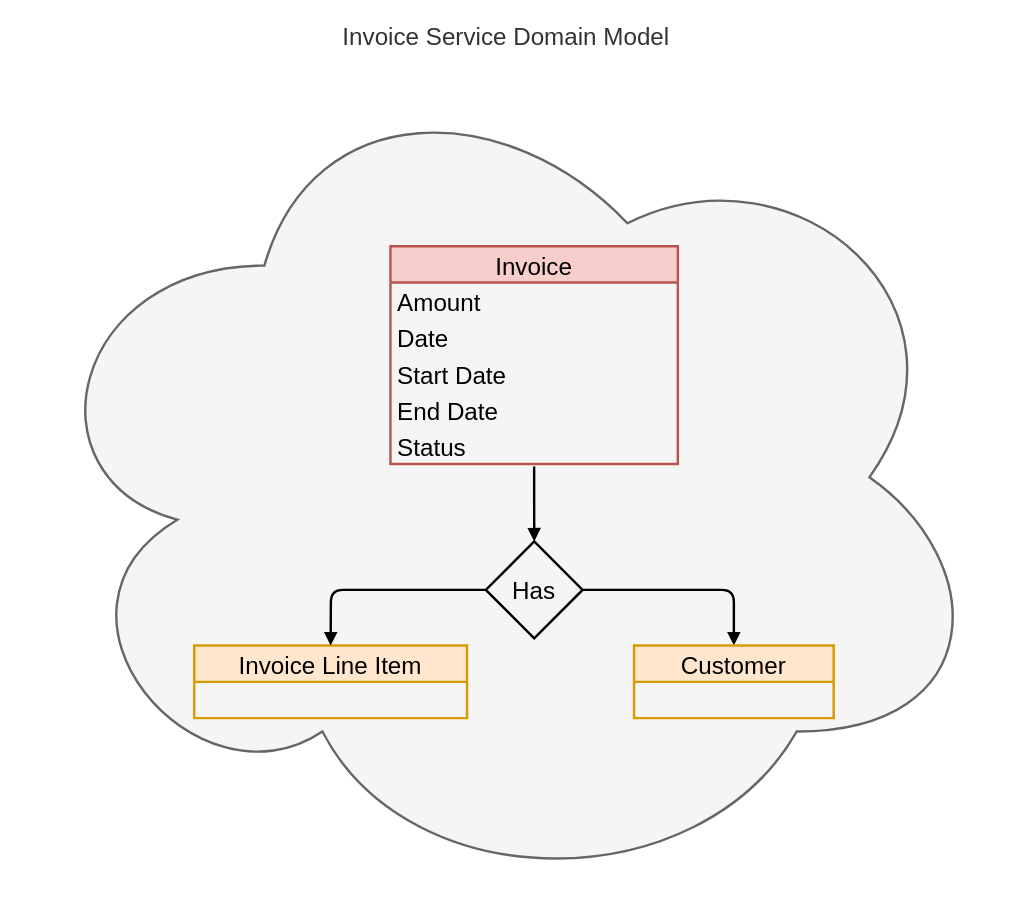
This is docs/diagram/invoice_service_domain_model.drawio from dudhwalas/dudhwala, a draw.io file, before an edit. Source tidied: cells renumbered, new cells numbered last; positions are measured from the earlier drawing's top-left corner, leaving out a move shared by most shapes. Both pictures are drawn from the tidied source at 121%, with x=0, y=0 at pixel (22, 53).
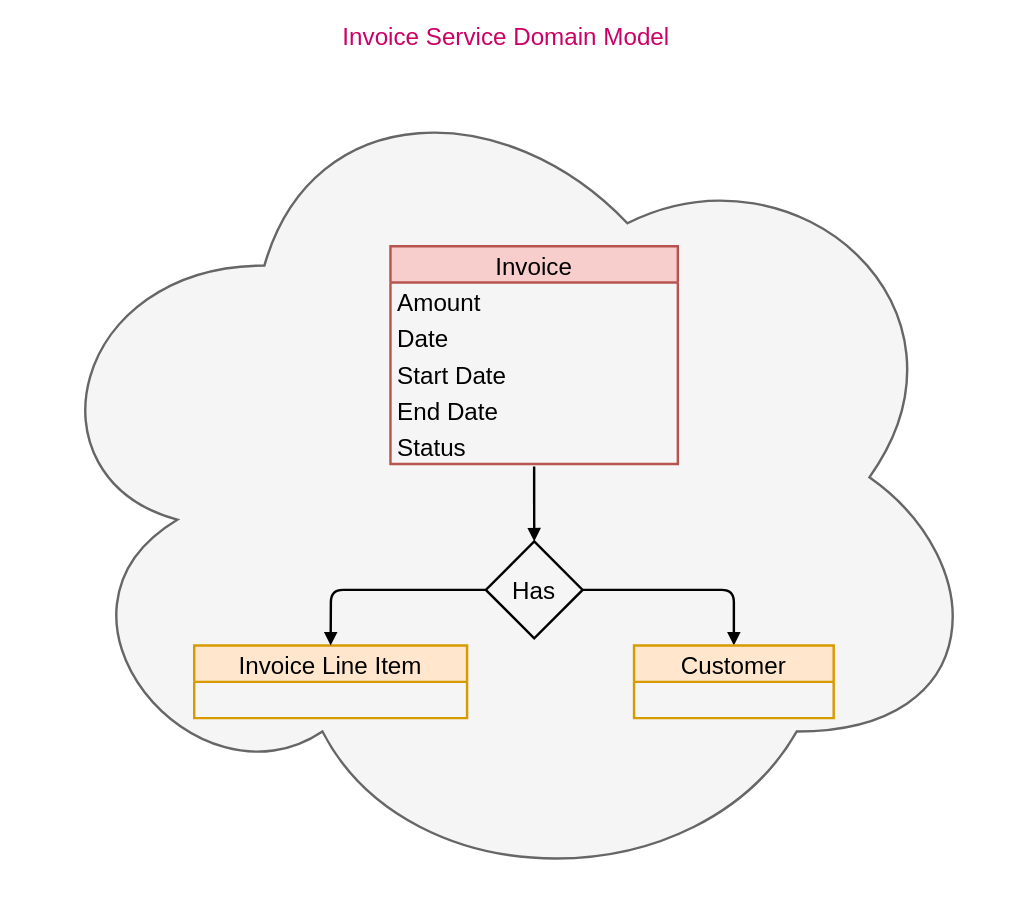
The same diagram, later.

The edit, as a diff of the source:
```diff
@@
 <mxGraphModel>
   <root>
     <mxCell id="0" />
     <mxCell id="1" parent="0" />
-    <mxCell id="2" value="Invoice Service Domain Model" style="ellipse;shape=cloud;whiteSpace=wrap;html=1;fillColor=#f5f5f5;fontColor=#333333;strokeColor=#666666;strokeWidth=2;labelPosition=center;verticalLabelPosition=top;align=center;verticalAlign=bottom;fontSize=20;" parent="1" vertex="1">
+    <mxCell id="2" value="Invoice Service Domain Model" style="ellipse;shape=cloud;whiteSpace=wrap;html=1;fillColor=#f5f5f5;fontColor=#CC0066;strokeColor=#666666;strokeWidth=2;labelPosition=center;verticalLabelPosition=top;align=center;verticalAlign=bottom;fontSize=20;" parent="1" vertex="1">
       <mxGeometry width="800" height="700" as="geometry" />
     </mxCell>
     <mxCell id="3" value="Invoice" style="swimlane;fontStyle=0;horizontal=1;startSize=30;fillColor=#f8cecc;strokeColor=#b85450;fontSize=20;strokeWidth=2;" parent="1" vertex="1">
       <mxGeometry x="304.2" y="159" width="237.5" height="180" as="geometry" />
     </mxCell>
     <mxCell id="4" value="Amount" style="text;strokeColor=none;fillColor=none;align=left;verticalAlign=middle;spacingLeft=4;spacingRight=4;overflow=hidden;fontSize=20;strokeWidth=2;" parent="3" vertex="1">
       <mxGeometry y="30" width="237.5" height="30" as="geometry" />
     </mxCell>
     <mxCell id="5" value="Date" style="text;strokeColor=none;fillColor=none;align=left;verticalAlign=middle;spacingLeft=4;spacingRight=4;overflow=hidden;fontSize=20;strokeWidth=2;" parent="3" vertex="1">
       <mxGeometry y="60" width="237.5" height="30" as="geometry" />
     </mxCell>
     <mxCell id="6" value="Start Date" style="text;strokeColor=none;fillColor=none;align=left;verticalAlign=middle;spacingLeft=4;spacingRight=4;overflow=hidden;fontSize=20;strokeWidth=2;" parent="3" vertex="1">
       <mxGeometry y="90" width="237.5" height="30" as="geometry" />
     </mxCell>
     <mxCell id="7" value="End Date" style="text;strokeColor=none;fillColor=none;align=left;verticalAlign=middle;spacingLeft=4;spacingRight=4;overflow=hidden;fontSize=20;strokeWidth=2;" parent="3" vertex="1">
       <mxGeometry y="120" width="237.5" height="30" as="geometry" />
     </mxCell>
     <mxCell id="8" value="Status" style="text;strokeColor=none;fillColor=none;align=left;verticalAlign=middle;spacingLeft=4;spacingRight=4;overflow=hidden;points=[[0,0.5],[1,0.5]];portConstraint=eastwest;fontSize=20;strokeWidth=2;" parent="3" vertex="1">
       <mxGeometry y="150" width="237.5" height="30" as="geometry" />
     </mxCell>
     <mxCell id="9" value="Invoice Line Item" style="swimlane;fontStyle=0;horizontal=1;startSize=30;fillColor=#ffe6cc;strokeColor=#d79b00;fontSize=20;strokeWidth=2;" parent="1" vertex="1">
       <mxGeometry x="142" y="489" width="225.5" height="60" as="geometry" />
     </mxCell>
     <mxCell id="10" style="edgeStyle=none;html=1;exitX=1;exitY=0.5;exitDx=0;exitDy=0;entryX=0.5;entryY=0;entryDx=0;entryDy=0;endArrow=block;endFill=1;strokeWidth=2;" parent="1" edge="1" source="11" target="14">
       <mxGeometry relative="1" as="geometry">
         <Array as="points">
           <mxPoint x="588" y="443" />
         </Array>
       </mxGeometry>
     </mxCell>
     <mxCell id="11" value="Has" style="rhombus;whiteSpace=wrap;html=1;fontSize=20;fillColor=none;strokeWidth=2;" parent="1" vertex="1">
       <mxGeometry x="383" y="403" width="80" height="80" as="geometry" />
     </mxCell>
     <mxCell id="12" style="edgeStyle=none;html=1;entryX=0.5;entryY=0;entryDx=0;entryDy=0;fontSize=20;endArrow=block;endFill=1;strokeWidth=2;exitX=0.5;exitY=1.067;exitDx=0;exitDy=0;exitPerimeter=0;" parent="1" edge="1" source="8" target="11">
       <mxGeometry relative="1" as="geometry" />
     </mxCell>
     <mxCell id="13" style="edgeStyle=none;html=1;entryX=0.5;entryY=0;entryDx=0;entryDy=0;fontSize=20;endArrow=block;endFill=1;strokeWidth=2;exitX=0;exitY=0.5;exitDx=0;exitDy=0;" parent="1" edge="1" source="11" target="9">
       <mxGeometry relative="1" as="geometry">
         <Array as="points">
           <mxPoint x="255" y="443" />
         </Array>
       </mxGeometry>
     </mxCell>
     <mxCell id="14" value="Customer" style="swimlane;fontStyle=0;horizontal=1;startSize=30;fillColor=#ffe6cc;strokeColor=#d79b00;fontSize=20;strokeWidth=2;" parent="1" vertex="1">
       <mxGeometry x="505.5" y="489" width="165" height="60" as="geometry" />
     </mxCell>
   </root>
 </mxGraphModel>
```
